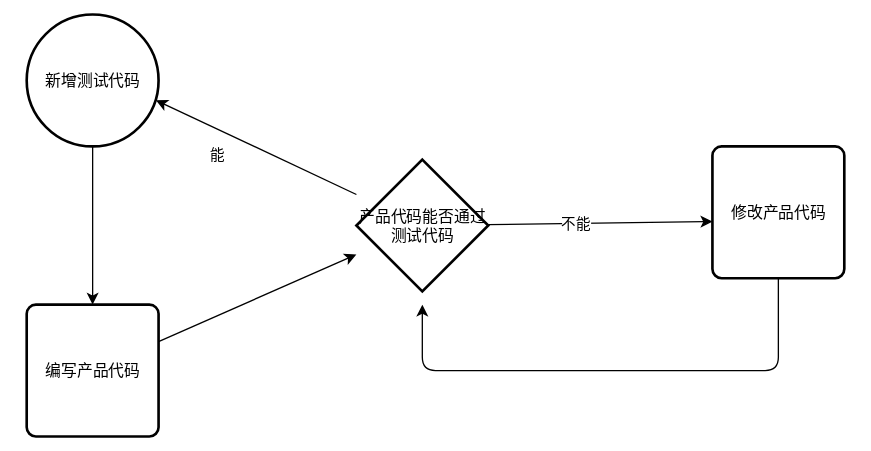
Above: 笔记/前端/工程化/质量/Untitled Diagram.svg in Echo-Yanglulu/obsidianPrivateNote (draw.io), before the change. Source tidied: cells renumbered, new cells last; positions are measured from the earlier drawing's top-left corner, leaving out a move shared by most shapes.
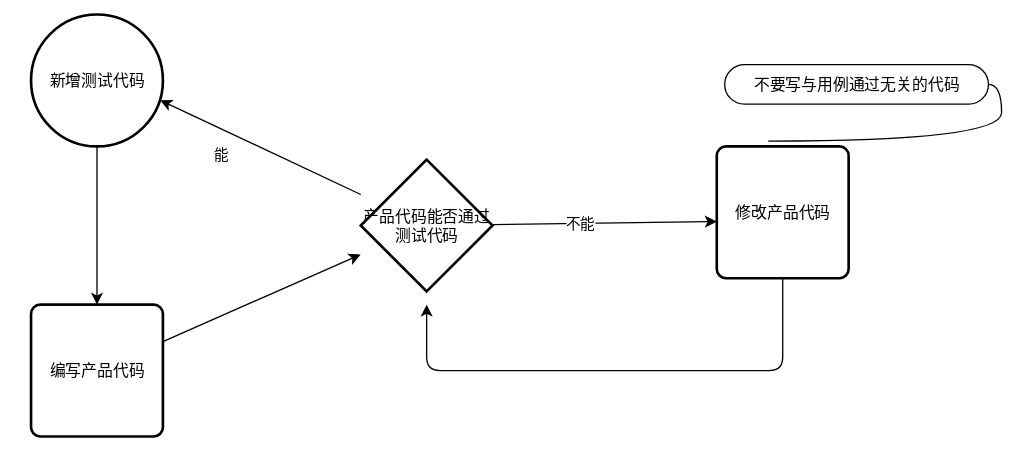
After the change.

The edit, as a diff of the source:
```diff
@@ -43,5 +43,11 @@
     <mxCell id="12" value="修改产品代码" style="rounded=1;whiteSpace=wrap;html=1;absoluteArcSize=1;arcSize=14;strokeWidth=2;" parent="1" vertex="1">
       <mxGeometry x="520" y="100" width="100" height="100" as="geometry" />
     </mxCell>
+    <mxCell id="13" value="不要写与用例通过无关的代码" style="whiteSpace=wrap;html=1;rounded=1;arcSize=50;align=center;verticalAlign=middle;strokeWidth=1;spacing=4;newEdgeStyle={&quot;edgeStyle&quot;:&quot;entityRelationEdgeStyle&quot;,&quot;startArrow&quot;:&quot;none&quot;,&quot;endArrow&quot;:&quot;none&quot;,&quot;segment&quot;:10,&quot;curved&quot;:1};" parent="1" vertex="1">
+      <mxGeometry x="526" y="38" width="200" height="30" as="geometry" />
+    </mxCell>
+    <mxCell id="14" style="edgeStyle=entityRelationEdgeStyle;startArrow=none;endArrow=none;segment=10;curved=1;exitX=0.39;exitY=-0.04;exitDx=0;exitDy=0;exitPerimeter=0;" parent="1" edge="1" source="12" target="13">
+      <mxGeometry relative="1" as="geometry" />
+    </mxCell>
   </root>
 </mxGraphModel>
```
